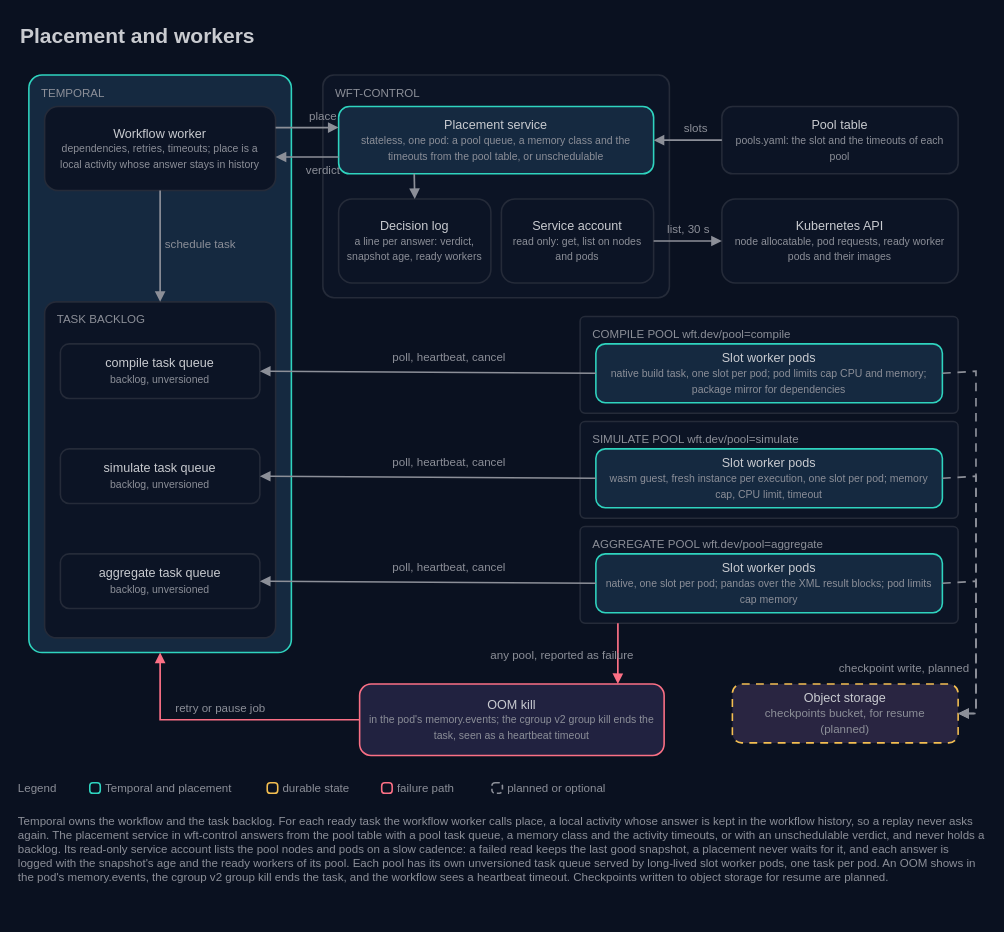
Before: docs/architecture/11-placement-and-workers.drawio in AndoNorth/disyard, a draw.io diagram. Source tidied: cells renumbered, new cells numbered last; positions are measured from the earlier drawing's top-left corner, leaving out a move shared by most shapes. Both pictures are drawn from the tidied source at 105%, with x=0, y=0 at pixel (18, 18).
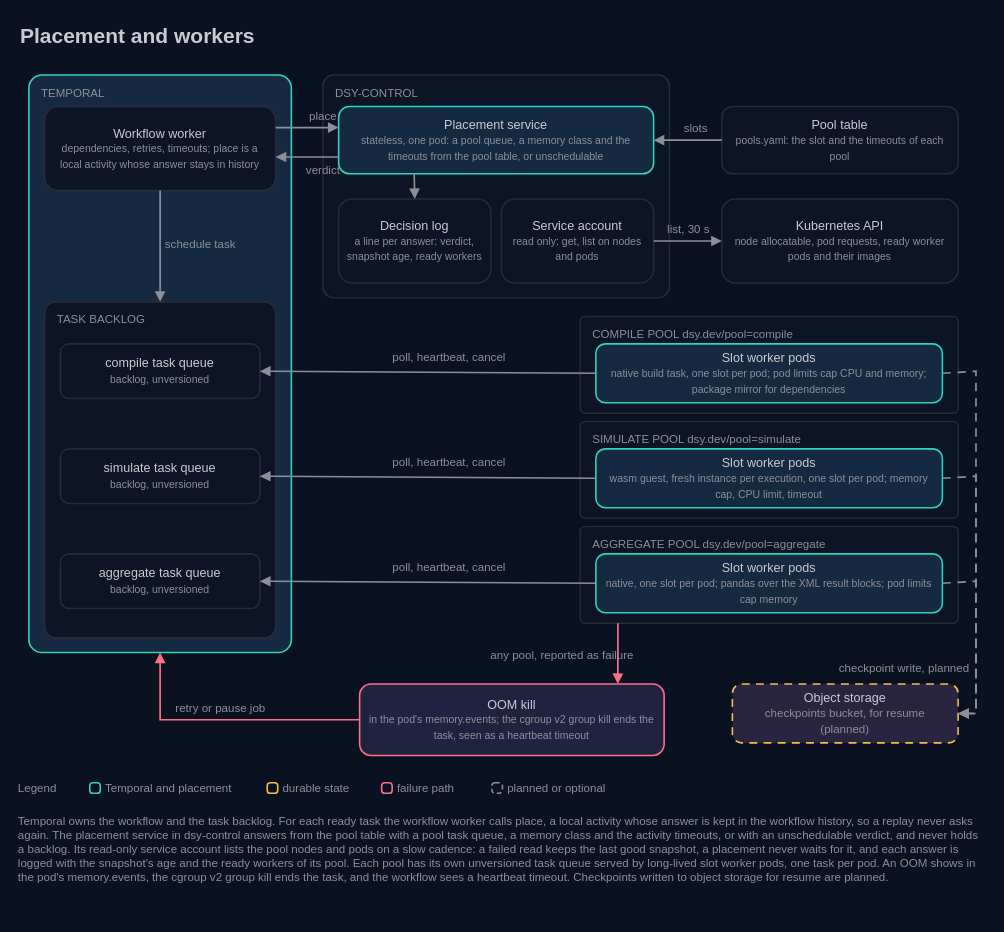
After the change.

Diff of the diagram source:
```diff
@@
-    <mxCell id="12" value="WFT-CONTROL" style="text;html=1;strokeColor=none;fillColor=none;align=left;verticalAlign=middle;whiteSpace=nowrap;fontColor=#8c8f98;fontSize=11;fontFamily=IBM Plex Mono;spacing=0;" parent="1" vertex="1">
+    <mxCell id="12" value="DSY-CONTROL" style="text;html=1;strokeColor=none;fillColor=none;align=left;verticalAlign=middle;whiteSpace=nowrap;fontColor=#8c8f98;fontSize=11;fontFamily=IBM Plex Mono;spacing=0;" parent="1" vertex="1">
       <mxGeometry x="302" y="62" width="306" height="18" as="geometry" />
     </mxCell>
@@
-    <mxCell id="19" value="COMPILE POOL  wft.dev/pool=compile" style="text;html=1;strokeColor=none;fillColor=none;align=left;verticalAlign=middle;whiteSpace=nowrap;fontColor=#8c8f98;fontSize=11;fontFamily=IBM Plex Mono;spacing=0;" parent="1" vertex="1">
+    <mxCell id="19" value="COMPILE POOL  dsy.dev/pool=compile" style="text;html=1;strokeColor=none;fillColor=none;align=left;verticalAlign=middle;whiteSpace=nowrap;fontColor=#8c8f98;fontSize=11;fontFamily=IBM Plex Mono;spacing=0;" parent="1" vertex="1">
       <mxGeometry x="547" y="292" width="336" height="18" as="geometry" />
     </mxCell>
@@
-    <mxCell id="22" value="SIMULATE POOL  wft.dev/pool=simulate" style="text;html=1;strokeColor=none;fillColor=none;align=left;verticalAlign=middle;whiteSpace=nowrap;fontColor=#8c8f98;fontSize=11;fontFamily=IBM Plex Mono;spacing=0;" parent="1" vertex="1">
+    <mxCell id="22" value="SIMULATE POOL  dsy.dev/pool=simulate" style="text;html=1;strokeColor=none;fillColor=none;align=left;verticalAlign=middle;whiteSpace=nowrap;fontColor=#8c8f98;fontSize=11;fontFamily=IBM Plex Mono;spacing=0;" parent="1" vertex="1">
       <mxGeometry x="547" y="392" width="336" height="18" as="geometry" />
     </mxCell>
@@
-    <mxCell id="25" value="AGGREGATE POOL  wft.dev/pool=aggregate" style="text;html=1;strokeColor=none;fillColor=none;align=left;verticalAlign=middle;whiteSpace=nowrap;fontColor=#8c8f98;fontSize=11;fontFamily=IBM Plex Mono;spacing=0;" parent="1" vertex="1">
+    <mxCell id="25" value="AGGREGATE POOL  dsy.dev/pool=aggregate" style="text;html=1;strokeColor=none;fillColor=none;align=left;verticalAlign=middle;whiteSpace=nowrap;fontColor=#8c8f98;fontSize=11;fontFamily=IBM Plex Mono;spacing=0;" parent="1" vertex="1">
       <mxGeometry x="547" y="492" width="336" height="18" as="geometry" />
     </mxCell>
@@
-    <mxCell id="63" value="Temporal owns the workflow and the task backlog. For each ready task the workflow worker calls place, a local activity whose answer is kept in the workflow history, so a replay never asks again. The placement service in wft-control answers from the pool table with a pool task queue, a memory class and the activity timeouts, or with an unschedulable verdict, and never holds a backlog. Its read-only service account lists the pool nodes and pods on a slow cadence: a failed read keeps the last good snapshot, a placement never waits for it, and each answer is logged with the snapshot's age and the ready workers of its pool. Each pool has its own unversioned task queue served by long-lived slot worker pods, one task per pod. An OOM shows in the pod's memory.events, the cgroup v2 group kill ends the task, and the workflow sees a heartbeat timeout. Checkpoints written to object storage for resume are planned." style="text;html=1;strokeColor=none;fillColor=none;align=left;verticalAlign=top;whiteSpace=wrap;fontColor=#8c8f98;fontSize=11;fontFamily=IBM Plex Sans;spacing=0;" parent="1" vertex="1">
+    <mxCell id="63" value="Temporal owns the workflow and the task backlog. For each ready task the workflow worker calls place, a local activity whose answer is kept in the workflow history, so a replay never asks again. The placement service in dsy-control answers from the pool table with a pool task queue, a memory class and the activity timeouts, or with an unschedulable verdict, and never holds a backlog. Its read-only service account lists the pool nodes and pods on a slow cadence: a failed read keeps the last good snapshot, a placement never waits for it, and each answer is logged with the snapshot's age and the ready workers of its pool. Each pool has its own unversioned task queue served by long-lived slot worker pods, one task per pod. An OOM shows in the pod's memory.events, the cgroup v2 group kill ends the task, and the workflow sees a heartbeat timeout. Checkpoints written to object storage for resume are planned." style="text;html=1;strokeColor=none;fillColor=none;align=left;verticalAlign=top;whiteSpace=wrap;fontColor=#8c8f98;fontSize=11;fontFamily=IBM Plex Sans;spacing=0;" parent="1" vertex="1">
       <mxGeometry y="754" width="920" height="100" as="geometry" />
     </mxCell>
```
